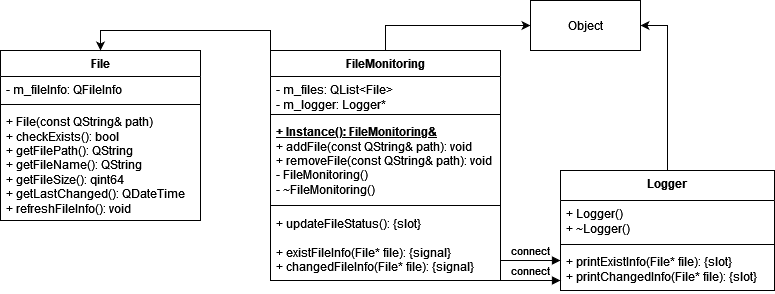
The draw.io diagram UML.png in Ivvvay/FileMonitoring, before a commit. Source tidied: cells renumbered, new cells last; positions are measured from the earlier drawing's top-left corner, leaving out a move shared by most shapes.
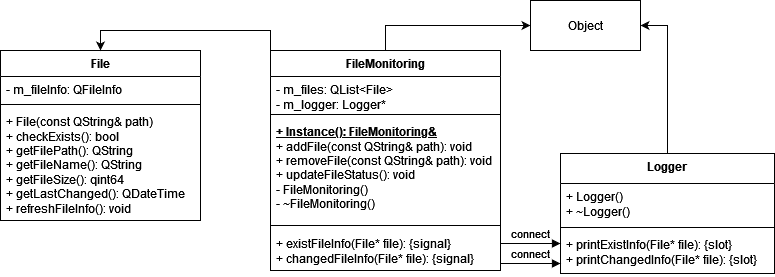
The same file after the commit.

Commit message:
updateFileStatus now not slot

Change to the diagram source:
```diff
@@ -18,7 +18,7 @@
       <mxGeometry relative="1" as="geometry" />
     </mxCell>
     <mxCell id="7" value="Logger" style="swimlane;fontStyle=1;align=center;verticalAlign=top;horizontal=1;startSize=30;whiteSpace=wrap;html=1;" parent="1" vertex="1">
-      <mxGeometry x="560" y="170" width="214" height="120" as="geometry" />
+      <mxGeometry x="560" y="153" width="214" height="120" as="geometry" />
     </mxCell>
     <mxCell id="8" value="&lt;div&gt;+ Logger()&lt;/div&gt;&lt;div&gt;+ ~Logger()&lt;br&gt;&lt;/div&gt;" style="text;strokeColor=none;fillColor=none;align=left;verticalAlign=top;spacingLeft=4;spacingRight=4;overflow=hidden;whiteSpace=wrap;html=1;" parent="7" vertex="1">
       <mxGeometry y="30" width="214" height="40" as="geometry" />
@@ -36,7 +36,7 @@
       <mxGeometry relative="1" as="geometry" />
     </mxCell>
     <mxCell id="13" value="FileMonitoring" style="swimlane;fontStyle=1;align=center;verticalAlign=top;horizontal=1;startSize=26;whiteSpace=wrap;html=1;" parent="1" vertex="1">
-      <mxGeometry x="270" y="50" width="230" height="230" as="geometry" />
+      <mxGeometry x="270" y="50" width="230" height="220" as="geometry" />
     </mxCell>
     <mxCell id="14" value="&lt;div&gt;- m_files: QList&amp;lt;File&amp;gt;&lt;/div&gt;&lt;div&gt;- m_logger: Logger*&lt;/div&gt;" style="text;strokeColor=none;fillColor=none;align=left;verticalAlign=top;spacingLeft=4;spacingRight=4;overflow=hidden;whiteSpace=wrap;html=1;" parent="13" vertex="1">
       <mxGeometry y="26" width="230" height="34" as="geometry" />
@@ -44,28 +44,28 @@
     <mxCell id="15" style="line;strokeWidth=1;fillColor=none;align=left;verticalAlign=middle;spacingTop=-1;spacingLeft=3;spacingRight=3;labelPosition=right;strokeColor=inherit;" parent="13" vertex="1">
       <mxGeometry y="60" width="230" height="8" as="geometry" />
     </mxCell>
-    <mxCell id="16" value="&lt;div&gt;&lt;u&gt;&lt;b&gt;+ Instance(): FileMonitoring&amp;amp;&lt;/b&gt;&lt;/u&gt;&lt;/div&gt;&lt;div&gt;+ addFile(const QString&amp;amp; path): void&lt;/div&gt;&lt;div&gt;+ removeFile(const QString&amp;amp; path): void&lt;/div&gt;&lt;div&gt;- FileMonitoring()&lt;br&gt;- ~FileMonitoring()&lt;/div&gt;&lt;div&gt;&lt;br&gt;&lt;/div&gt;&lt;div&gt;&lt;b&gt;&lt;br&gt;&lt;/b&gt;&lt;/div&gt;" style="text;strokeColor=none;fillColor=none;align=left;verticalAlign=top;spacingLeft=4;spacingRight=4;overflow=hidden;whiteSpace=wrap;html=1;" parent="13" vertex="1">
-      <mxGeometry y="68" width="230" height="82" as="geometry" />
+    <mxCell id="16" value="&lt;div&gt;&lt;u&gt;&lt;b&gt;+ Instance(): FileMonitoring&amp;amp;&lt;/b&gt;&lt;/u&gt;&lt;/div&gt;&lt;div&gt;+ addFile(const QString&amp;amp; path): void&lt;/div&gt;&lt;div&gt;+ removeFile(const QString&amp;amp; path): void&lt;/div&gt;&lt;div&gt;+ updateFileStatus(): void&lt;/div&gt;&lt;div&gt;- FileMonitoring()&lt;br&gt;- ~FileMonitoring()&lt;/div&gt;&lt;div&gt;&lt;br&gt;&lt;/div&gt;&lt;div&gt;&lt;b&gt;&lt;br&gt;&lt;/b&gt;&lt;/div&gt;" style="text;strokeColor=none;fillColor=none;align=left;verticalAlign=top;spacingLeft=4;spacingRight=4;overflow=hidden;whiteSpace=wrap;html=1;" parent="13" vertex="1">
+      <mxGeometry y="68" width="230" height="102" as="geometry" />
     </mxCell>
     <mxCell id="17" style="line;strokeWidth=1;fillColor=none;align=left;verticalAlign=middle;spacingTop=-1;spacingLeft=3;spacingRight=3;labelPosition=right;strokeColor=inherit;" parent="13" vertex="1">
-      <mxGeometry y="150" width="230" height="10" as="geometry" />
+      <mxGeometry y="170" width="230" height="10" as="geometry" />
     </mxCell>
-    <mxCell id="18" value="&lt;div&gt;+ updateFileStatus(): {slot}&lt;/div&gt;&lt;div&gt;&lt;br&gt;&lt;/div&gt;&lt;div&gt;+ existFileInfo(File* file): {signal}&lt;/div&gt;&lt;div&gt;+ changedFileInfo(File* file): {signal}&lt;/div&gt;&lt;div&gt;&lt;br&gt;&lt;/div&gt;&lt;div&gt;&lt;br&gt;&lt;/div&gt;" style="text;strokeColor=none;fillColor=none;align=left;verticalAlign=top;spacingLeft=4;spacingRight=4;overflow=hidden;whiteSpace=wrap;html=1;" parent="13" vertex="1">
-      <mxGeometry y="160" width="230" height="70" as="geometry" />
+    <mxCell id="18" value="&lt;div&gt;+ existFileInfo(File* file): {signal}&lt;/div&gt;&lt;div&gt;+ changedFileInfo(File* file): {signal}&lt;/div&gt;&lt;div&gt;&lt;br&gt;&lt;/div&gt;&lt;div&gt;&lt;br&gt;&lt;/div&gt;" style="text;strokeColor=none;fillColor=none;align=left;verticalAlign=top;spacingLeft=4;spacingRight=4;overflow=hidden;whiteSpace=wrap;html=1;" parent="13" vertex="1">
+      <mxGeometry y="180" width="230" height="40" as="geometry" />
     </mxCell>
     <mxCell id="19" value="Object" style="html=1;whiteSpace=wrap;" parent="1" vertex="1">
       <mxGeometry x="530" width="110" height="50" as="geometry" />
     </mxCell>
     <mxCell id="20" value="connect" style="html=1;verticalAlign=bottom;endArrow=block;curved=0;rounded=0;" parent="1" edge="1">
       <mxGeometry relative="1" as="geometry">
-        <mxPoint x="500" y="280" as="sourcePoint" />
-        <mxPoint x="560" y="280" as="targetPoint" />
+        <mxPoint x="500" y="263" as="sourcePoint" />
+        <mxPoint x="560" y="263" as="targetPoint" />
       </mxGeometry>
     </mxCell>
     <mxCell id="21" value="connect" style="html=1;verticalAlign=bottom;endArrow=block;curved=0;rounded=0;" parent="1" edge="1">
       <mxGeometry relative="1" as="geometry">
-        <mxPoint x="500" y="260" as="sourcePoint" />
-        <mxPoint x="560" y="260" as="targetPoint" />
+        <mxPoint x="500" y="243" as="sourcePoint" />
+        <mxPoint x="560" y="243" as="targetPoint" />
       </mxGeometry>
     </mxCell>
   </root>
```
